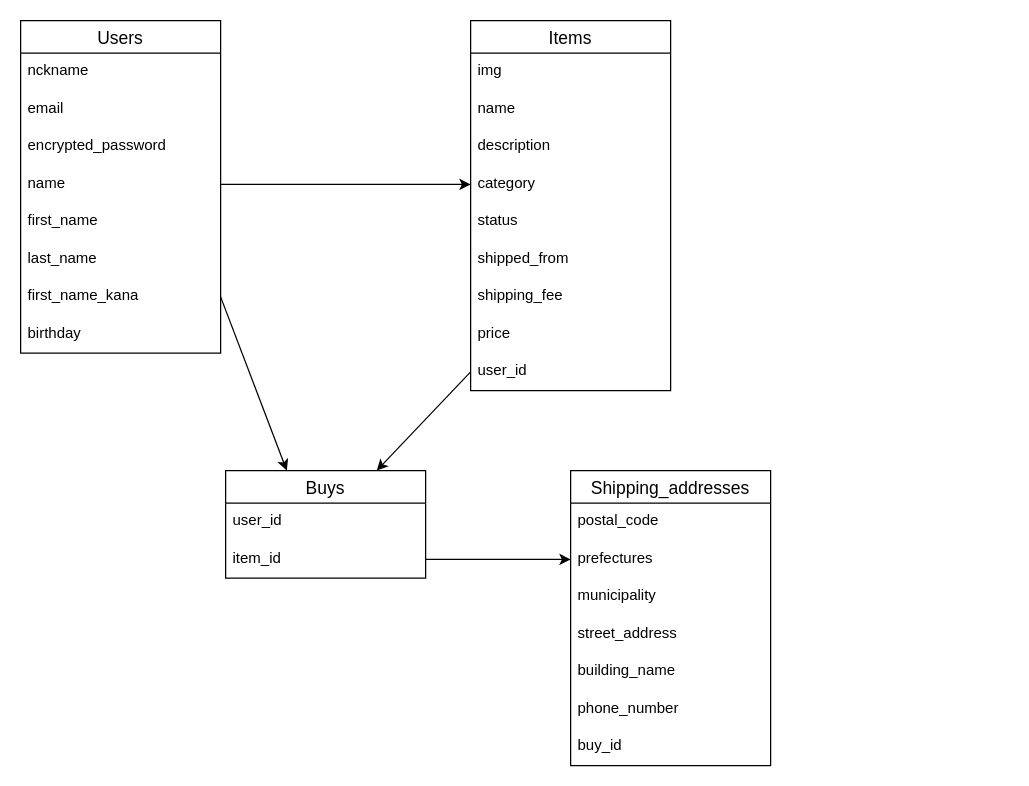
The draw.io diagram er.dio in m724tmy/furima-41327, before the edit. Source tidied: cells renumbered, new cells numbered last; positions are measured from the earlier drawing's top-left corner, leaving out a move shared by most shapes. Both pictures are drawn from the tidied source at 125%, with x=0, y=0 at pixel (20, 20).
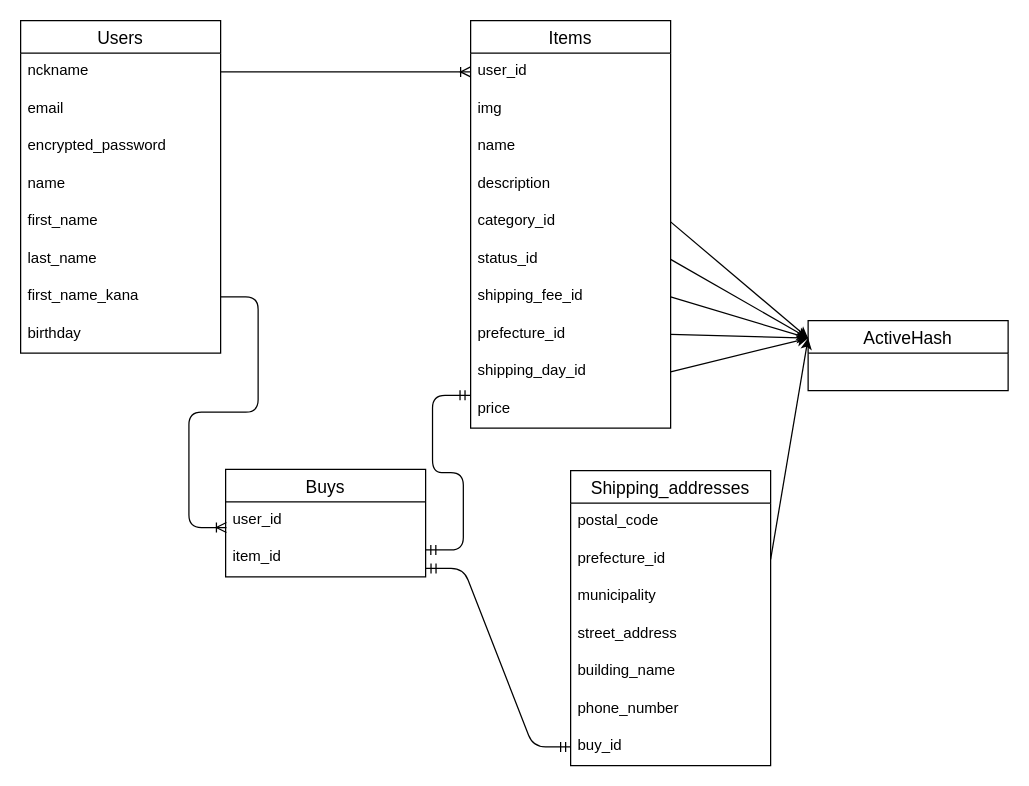
The same diagram, later.

The change refers to these unchanged cells:
```xml
<mxCell id="3" value="nckname" style="text;strokeColor=none;fillColor=none;spacingLeft=4;spacingRight=4;overflow=hidden;points=[[0,0.5],[1,0.5]];portConstraint=eastwest;fontSize=12;" parent="2" vertex="1">
  <mxGeometry y="26" width="160" height="30" as="geometry" />
</mxCell>
<mxCell id="6" value="name" style="text;strokeColor=none;fillColor=none;spacingLeft=4;spacingRight=4;overflow=hidden;points=[[0,0.5],[1,0.5]];portConstraint=eastwest;fontSize=12;" parent="2" vertex="1">
  <mxGeometry y="116" width="160" height="30" as="geometry" />
</mxCell>
<mxCell id="9" value="first_name_kana" style="text;strokeColor=none;fillColor=none;spacingLeft=4;spacingRight=4;overflow=hidden;points=[[0,0.5],[1,0.5]];portConstraint=eastwest;fontSize=12;" parent="2" vertex="1">
  <mxGeometry y="206" width="160" height="30" as="geometry" />
</mxCell>
<mxCell id="22" value="user_id" style="text;strokeColor=none;fillColor=none;spacingLeft=4;spacingRight=4;overflow=hidden;points=[[0,0.5],[1,0.5]];portConstraint=eastwest;fontSize=12;" parent="21" vertex="1">
  <mxGeometry y="26" width="160" height="30" as="geometry" />
</mxCell>
<mxCell id="23" value="item_id" style="text;strokeColor=none;fillColor=none;spacingLeft=4;spacingRight=4;overflow=hidden;points=[[0,0.5],[1,0.5]];portConstraint=eastwest;fontSize=12;" parent="21" vertex="1">
  <mxGeometry y="56" width="160" height="30" as="geometry" />
</mxCell>
<mxCell id="24" value="Shipping_addresses" style="swimlane;fontStyle=0;horizontal=1;startSize=26;align=center;fontSize=14;" parent="1" vertex="1">
  <mxGeometry x="440" y="360" width="160" height="236" as="geometry" />
</mxCell>
<mxCell id="31" value="buy_id" style="text;strokeColor=none;fillColor=none;spacingLeft=4;spacingRight=4;overflow=hidden;points=[[0,0.5],[1,0.5]];portConstraint=eastwest;fontSize=12;" parent="24" vertex="1">
  <mxGeometry y="206" width="160" height="30" as="geometry" />
</mxCell>
```

What changed in the source:
```diff
@@
     <mxCell id="11" value="Items" style="swimlane;fontStyle=0;horizontal=1;startSize=26;align=center;fontSize=14;" parent="1" vertex="1">
-      <mxGeometry x="360" width="160" height="296" as="geometry" />
+      <mxGeometry x="360" width="160" height="326" as="geometry" />
     </mxCell>
+    <mxCell id="20" value="user_id" style="text;strokeColor=none;fillColor=none;spacingLeft=4;spacingRight=4;overflow=hidden;points=[[0,0.5],[1,0.5]];portConstraint=eastwest;fontSize=12;" parent="11" vertex="1">
+      <mxGeometry y="26" width="160" height="30" as="geometry" />
+    </mxCell>
     <mxCell id="12" value="img" style="text;strokeColor=none;fillColor=none;spacingLeft=4;spacingRight=4;overflow=hidden;fontSize=12;" parent="11" vertex="1">
-      <mxGeometry y="26" width="160" height="30" as="geometry" />
+      <mxGeometry y="56" width="160" height="30" as="geometry" />
     </mxCell>
     <mxCell id="13" value="name&#10;" style="text;strokeColor=none;fillColor=none;spacingLeft=4;spacingRight=4;overflow=hidden;fontSize=12;" parent="11" vertex="1">
-      <mxGeometry y="56" width="160" height="30" as="geometry" />
+      <mxGeometry y="86" width="160" height="30" as="geometry" />
     </mxCell>
     <mxCell id="14" value="description" style="text;strokeColor=none;fillColor=none;spacingLeft=4;spacingRight=4;overflow=hidden;fontSize=12;" parent="11" vertex="1">
-      <mxGeometry y="86" width="160" height="30" as="geometry" />
+      <mxGeometry y="116" width="160" height="30" as="geometry" />
     </mxCell>
-    <mxCell id="15" value="category" style="text;strokeColor=none;fillColor=none;spacingLeft=4;spacingRight=4;overflow=hidden;points=[[0,0.5],[1,0.5]];portConstraint=eastwest;fontSize=12;" parent="11" vertex="1">
-      <mxGeometry y="116" width="160" height="30" as="geometry" />
+    <mxCell id="15" value="category_id" style="text;strokeColor=none;fillColor=none;spacingLeft=4;spacingRight=4;overflow=hidden;points=[[0,0.5],[1,0.5]];portConstraint=eastwest;fontSize=12;" parent="11" vertex="1">
+      <mxGeometry y="146" width="160" height="30" as="geometry" />
     </mxCell>
-    <mxCell id="16" value="status" style="text;strokeColor=none;fillColor=none;spacingLeft=4;spacingRight=4;overflow=hidden;points=[[0,0.5],[1,0.5]];portConstraint=eastwest;fontSize=12;" parent="11" vertex="1">
-      <mxGeometry y="146" width="160" height="30" as="geometry" />
+    <mxCell id="16" value="status_id" style="text;strokeColor=none;fillColor=none;spacingLeft=4;spacingRight=4;overflow=hidden;points=[[0,0.5],[1,0.5]];portConstraint=eastwest;fontSize=12;" parent="11" vertex="1">
+      <mxGeometry y="176" width="160" height="30" as="geometry" />
     </mxCell>
+    <mxCell id="18" value="shipping_fee_id" style="text;strokeColor=none;fillColor=none;spacingLeft=4;spacingRight=4;overflow=hidden;points=[[0,0.5],[1,0.5]];portConstraint=eastwest;fontSize=12;" parent="11" vertex="1">
+      <mxGeometry y="206" width="160" height="30" as="geometry" />
+    </mxCell>
-    <mxCell id="17" value="shipped_from" style="text;strokeColor=none;fillColor=none;spacingLeft=4;spacingRight=4;overflow=hidden;points=[[0,0.5],[1,0.5]];portConstraint=eastwest;fontSize=12;" parent="11" vertex="1">
-      <mxGeometry y="176" width="160" height="30" as="geometry" />
+    <mxCell id="17" value="prefecture_id" style="text;strokeColor=none;fillColor=none;spacingLeft=4;spacingRight=4;overflow=hidden;points=[[0,0.5],[1,0.5]];portConstraint=eastwest;fontSize=12;" parent="11" vertex="1">
+      <mxGeometry y="236" width="160" height="30" as="geometry" />
     </mxCell>
-    <mxCell id="18" value="shipping_fee" style="text;strokeColor=none;fillColor=none;spacingLeft=4;spacingRight=4;overflow=hidden;points=[[0,0.5],[1,0.5]];portConstraint=eastwest;fontSize=12;" parent="11" vertex="1">
-      <mxGeometry y="206" width="160" height="30" as="geometry" />
-    </mxCell>
+    <mxCell id="36" value="shipping_day_id" style="text;strokeColor=none;fillColor=none;spacingLeft=4;spacingRight=4;overflow=hidden;points=[[0,0.5],[1,0.5]];portConstraint=eastwest;fontSize=12;" parent="11" vertex="1">
+      <mxGeometry y="266" width="160" height="30" as="geometry" />
+    </mxCell>
     <mxCell id="19" value="price" style="text;strokeColor=none;fillColor=none;spacingLeft=4;spacingRight=4;overflow=hidden;points=[[0,0.5],[1,0.5]];portConstraint=eastwest;fontSize=12;" parent="11" vertex="1">
-      <mxGeometry y="236" width="160" height="30" as="geometry" />
+      <mxGeometry y="296" width="160" height="30" as="geometry" />
     </mxCell>
-    <mxCell id="20" value="user_id" style="text;strokeColor=none;fillColor=none;spacingLeft=4;spacingRight=4;overflow=hidden;points=[[0,0.5],[1,0.5]];portConstraint=eastwest;fontSize=12;" parent="11" vertex="1">
-      <mxGeometry y="266" width="160" height="30" as="geometry" />
-    </mxCell>
     <mxCell id="21" value="Buys" style="swimlane;fontStyle=0;horizontal=1;startSize=26;align=center;fontSize=14;" parent="1" vertex="1">
-      <mxGeometry x="164" y="360" width="160" height="86" as="geometry" />
+      <mxGeometry x="164" y="359" width="160" height="86" as="geometry" />
     </mxCell>
@@
-    <mxCell id="26" value="prefectures" style="text;strokeColor=none;fillColor=none;spacingLeft=4;spacingRight=4;overflow=hidden;points=[[0,0.5],[1,0.5]];portConstraint=eastwest;fontSize=12;" parent="24" vertex="1">
+    <mxCell id="26" value="prefecture_id" style="text;strokeColor=none;fillColor=none;spacingLeft=4;spacingRight=4;overflow=hidden;points=[[0,0.5],[1,0.5]];portConstraint=eastwest;fontSize=12;" parent="24" vertex="1">
       <mxGeometry y="56" width="160" height="30" as="geometry" />
     </mxCell>
@@
-    <mxCell id="32" style="edgeStyle=none;html=1;exitX=1;exitY=0.5;exitDx=0;exitDy=0;entryX=0;entryY=0.5;entryDx=0;entryDy=0;" parent="1" edge="1" source="6" target="15">
-      <mxGeometry relative="1" as="geometry" />
-    </mxCell>
-    <mxCell id="33" style="edgeStyle=none;html=1;exitX=0;exitY=0.5;exitDx=0;exitDy=0;" parent="1" edge="1" source="20" target="21">
-      <mxGeometry relative="1" as="geometry" />
-    </mxCell>
-    <mxCell id="34" style="edgeStyle=none;html=1;exitX=1;exitY=0.5;exitDx=0;exitDy=0;entryX=0.306;entryY=0;entryDx=0;entryDy=0;entryPerimeter=0;" parent="1" edge="1" source="9" target="21">
-      <mxGeometry relative="1" as="geometry" />
-    </mxCell>
-    <mxCell id="35" style="edgeStyle=none;html=1;exitX=1;exitY=0.5;exitDx=0;exitDy=0;" parent="1" edge="1" source="23" target="26">
-      <mxGeometry relative="1" as="geometry" />
-    </mxCell>
+    <mxCell id="37" style="edgeStyle=entityRelationEdgeStyle;fontSize=12;html=1;endArrow=ERoneToMany;exitX=1;exitY=0.5;exitDx=0;exitDy=0;entryX=0.004;entryY=0.685;entryDx=0;entryDy=0;entryPerimeter=0;strokeColor=default;" parent="1" edge="1" source="9" target="22">
+      <mxGeometry relative="1" as="geometry" />
+    </mxCell>
+    <mxCell id="38" style="edgeStyle=entityRelationEdgeStyle;fontSize=12;html=1;endArrow=ERoneToMany;exitX=1;exitY=0.5;exitDx=0;exitDy=0;entryX=0;entryY=0.5;entryDx=0;entryDy=0;" parent="1" edge="1" source="3" target="20">
+      <mxGeometry relative="1" as="geometry" />
+    </mxCell>
+    <mxCell id="39" style="edgeStyle=entityRelationEdgeStyle;fontSize=12;html=1;endArrow=ERmandOne;startArrow=ERmandOne;strokeColor=default;entryX=0;entryY=0.5;entryDx=0;entryDy=0;exitX=1.002;exitY=0.774;exitDx=0;exitDy=0;exitPerimeter=0;" parent="1" edge="1" source="23" target="31">
+      <mxGeometry relative="1" as="geometry" />
+    </mxCell>
+    <mxCell id="40" value="ActiveHash" style="swimlane;fontStyle=0;horizontal=1;startSize=26;align=center;fontSize=14;" parent="1" vertex="1">
+      <mxGeometry x="630" y="240" width="160" height="56" as="geometry" />
+    </mxCell>
+    <mxCell id="41" style="edgeStyle=none;html=1;exitX=1;exitY=0.5;exitDx=0;exitDy=0;entryX=0;entryY=0.25;entryDx=0;entryDy=0;" parent="1" edge="1" source="15" target="40">
+      <mxGeometry relative="1" as="geometry" />
+    </mxCell>
+    <mxCell id="42" style="edgeStyle=none;html=1;exitX=1;exitY=0.5;exitDx=0;exitDy=0;entryX=0;entryY=0.25;entryDx=0;entryDy=0;" parent="1" edge="1" source="16" target="40">
+      <mxGeometry relative="1" as="geometry" />
+    </mxCell>
+    <mxCell id="43" style="edgeStyle=none;html=1;exitX=1;exitY=0.5;exitDx=0;exitDy=0;entryX=0;entryY=0.25;entryDx=0;entryDy=0;" parent="1" edge="1" source="18" target="40">
+      <mxGeometry relative="1" as="geometry" />
+    </mxCell>
+    <mxCell id="44" style="edgeStyle=none;html=1;exitX=1;exitY=0.5;exitDx=0;exitDy=0;entryX=0;entryY=0.25;entryDx=0;entryDy=0;" parent="1" edge="1" source="17" target="40">
+      <mxGeometry relative="1" as="geometry" />
+    </mxCell>
+    <mxCell id="45" style="edgeStyle=none;html=1;exitX=1;exitY=0.5;exitDx=0;exitDy=0;entryX=0;entryY=0.25;entryDx=0;entryDy=0;" parent="1" edge="1" source="36" target="40">
+      <mxGeometry relative="1" as="geometry" />
+    </mxCell>
+    <mxCell id="46" style="edgeStyle=none;html=1;exitX=1;exitY=0.5;exitDx=0;exitDy=0;entryX=0;entryY=0.25;entryDx=0;entryDy=0;" parent="1" edge="1" source="26" target="40">
+      <mxGeometry relative="1" as="geometry" />
+    </mxCell>
+    <mxCell id="47" style="edgeStyle=entityRelationEdgeStyle;fontSize=12;html=1;endArrow=ERmandOne;startArrow=ERmandOne;exitX=1.001;exitY=0.282;exitDx=0;exitDy=0;exitPerimeter=0;entryX=-0.003;entryY=0.124;entryDx=0;entryDy=0;entryPerimeter=0;" parent="1" edge="1" source="23" target="19">
+      <mxGeometry relative="1" as="geometry" />
+    </mxCell>
```
